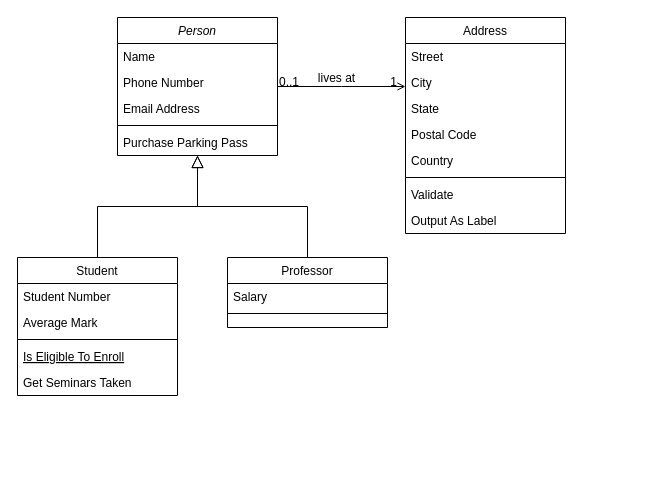
This is classdiagrams.drawio from VinCoD/ERDs, a draw.io file, before an edit. Source tidied: cells renumbered, new cells numbered last; positions are measured from the earlier drawing's top-left corner, leaving out a move shared by most shapes. Both pictures are drawn from the tidied source at 100%, with x=0, y=0 at pixel (17, 17).
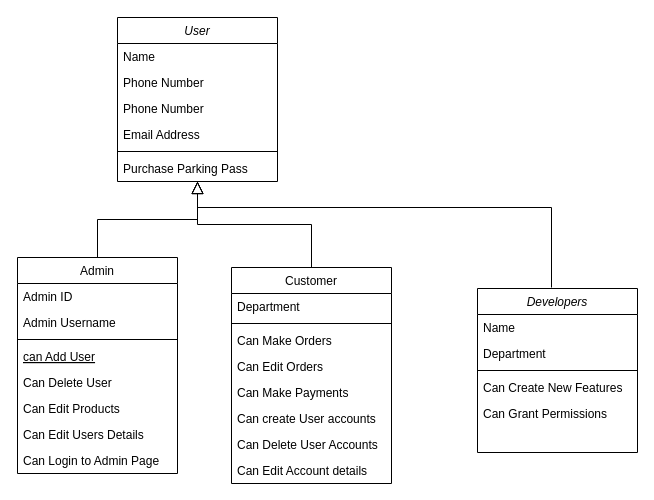
After the change.

What changed in the source:
```diff
@@
-    <mxCell id="2" value="Person" style="swimlane;fontStyle=2;align=center;verticalAlign=top;horizontal=1;startSize=26;rounded=0;shadow=0;strokeWidth=1;" parent="1" vertex="1">
-      <mxGeometry x="100" width="160" height="138" as="geometry" />
+    <mxCell id="2" value="User" style="swimlane;fontStyle=2;align=center;verticalAlign=top;horizontal=1;startSize=26;rounded=0;shadow=0;strokeWidth=1;" parent="1" vertex="1">
+      <mxGeometry x="100" width="160" height="164" as="geometry" />
     </mxCell>
@@
+    <mxCell id="32" value="Phone Number" style="text;align=left;verticalAlign=top;spacingLeft=4;spacingRight=4;overflow=hidden;rounded=0;shadow=0;html=0;" parent="2" vertex="1">
+      <mxGeometry y="78" width="160" height="26" as="geometry" />
+    </mxCell>
     <mxCell id="5" value="Email Address" style="text;align=left;verticalAlign=top;spacingLeft=4;spacingRight=4;overflow=hidden;rounded=0;shadow=0;html=0;" parent="2" vertex="1">
-      <mxGeometry y="78" width="160" height="26" as="geometry" />
+      <mxGeometry y="104" width="160" height="26" as="geometry" />
     </mxCell>
     <mxCell id="6" style="line;html=1;strokeWidth=1;align=left;verticalAlign=middle;spacingTop=-1;spacingLeft=3;spacingRight=3;labelPosition=right;" parent="2" vertex="1">
-      <mxGeometry y="104" width="160" height="8" as="geometry" />
+      <mxGeometry y="130" width="160" height="8" as="geometry" />
     </mxCell>
     <mxCell id="7" value="Purchase Parking Pass" style="text;align=left;verticalAlign=top;spacingLeft=4;spacingRight=4;overflow=hidden;" parent="2" vertex="1">
-      <mxGeometry y="112" width="160" height="26" as="geometry" />
+      <mxGeometry y="138" width="160" height="26" as="geometry" />
     </mxCell>
-    <mxCell id="8" value="Student" style="swimlane;fontStyle=0;align=center;verticalAlign=top;horizontal=1;startSize=26;rounded=0;shadow=0;strokeWidth=1;" parent="1" vertex="1">
-      <mxGeometry y="240" width="160" height="138" as="geometry" />
+    <mxCell id="8" value="Admin" style="swimlane;fontStyle=0;align=center;verticalAlign=top;horizontal=1;startSize=26;rounded=0;shadow=0;strokeWidth=1;" parent="1" vertex="1">
+      <mxGeometry y="240" width="160" height="216" as="geometry" />
     </mxCell>
-    <mxCell id="9" value="Student Number" style="text;align=left;verticalAlign=top;spacingLeft=4;spacingRight=4;overflow=hidden;" parent="8" vertex="1">
+    <mxCell id="9" value="Admin ID" style="text;align=left;verticalAlign=top;spacingLeft=4;spacingRight=4;overflow=hidden;" parent="8" vertex="1">
       <mxGeometry y="26" width="160" height="26" as="geometry" />
     </mxCell>
-    <mxCell id="10" value="Average Mark" style="text;align=left;verticalAlign=top;spacingLeft=4;spacingRight=4;overflow=hidden;rounded=0;shadow=0;html=0;" parent="8" vertex="1">
+    <mxCell id="10" value="Admin Username" style="text;align=left;verticalAlign=top;spacingLeft=4;spacingRight=4;overflow=hidden;rounded=0;shadow=0;html=0;" parent="8" vertex="1">
       <mxGeometry y="52" width="160" height="26" as="geometry" />
     </mxCell>
@@
-    <mxCell id="12" value="Is Eligible To Enroll" style="text;align=left;verticalAlign=top;spacingLeft=4;spacingRight=4;overflow=hidden;fontStyle=4;" parent="8" vertex="1">
+    <mxCell id="12" value="can Add User" style="text;align=left;verticalAlign=top;spacingLeft=4;spacingRight=4;overflow=hidden;fontStyle=4;" parent="8" vertex="1">
       <mxGeometry y="86" width="160" height="26" as="geometry" />
     </mxCell>
-    <mxCell id="13" value="Get Seminars Taken" style="text;align=left;verticalAlign=top;spacingLeft=4;spacingRight=4;overflow=hidden;" parent="8" vertex="1">
+    <mxCell id="13" value="Can Delete User" style="text;align=left;verticalAlign=top;spacingLeft=4;spacingRight=4;overflow=hidden;" parent="8" vertex="1">
       <mxGeometry y="112" width="160" height="26" as="geometry" />
     </mxCell>
+    <mxCell id="33" value="Can Edit Products" style="text;align=left;verticalAlign=top;spacingLeft=4;spacingRight=4;overflow=hidden;" parent="8" vertex="1">
+      <mxGeometry y="138" width="160" height="26" as="geometry" />
+    </mxCell>
+    <mxCell id="34" value="Can Edit Users Details" style="text;align=left;verticalAlign=top;spacingLeft=4;spacingRight=4;overflow=hidden;" parent="8" vertex="1">
+      <mxGeometry y="164" width="160" height="26" as="geometry" />
+    </mxCell>
+    <mxCell id="35" value="Can Login to Admin Page" style="text;align=left;verticalAlign=top;spacingLeft=4;spacingRight=4;overflow=hidden;" parent="8" vertex="1">
+      <mxGeometry y="190" width="160" height="26" as="geometry" />
+    </mxCell>
@@
-    <mxCell id="15" value="Professor" style="swimlane;fontStyle=0;align=center;verticalAlign=top;horizontal=1;startSize=26;rounded=0;shadow=0;strokeWidth=1;" parent="1" vertex="1">
-      <mxGeometry x="210" y="240" width="160" height="70" as="geometry" />
+    <mxCell id="15" value="Customer" style="swimlane;fontStyle=0;align=center;verticalAlign=top;horizontal=1;startSize=26;rounded=0;shadow=0;strokeWidth=1;" parent="1" vertex="1">
+      <mxGeometry x="214" y="250" width="160" height="216" as="geometry" />
     </mxCell>
-    <mxCell id="16" value="Salary" style="text;align=left;verticalAlign=top;spacingLeft=4;spacingRight=4;overflow=hidden;" parent="15" vertex="1">
+    <mxCell id="16" value="Department" style="text;align=left;verticalAlign=top;spacingLeft=4;spacingRight=4;overflow=hidden;" parent="15" vertex="1">
       <mxGeometry y="26" width="160" height="26" as="geometry" />
     </mxCell>
@@
+    <mxCell id="36" value="Can Make Orders" style="text;align=left;verticalAlign=top;spacingLeft=4;spacingRight=4;overflow=hidden;" parent="15" vertex="1">
+      <mxGeometry y="60" width="160" height="26" as="geometry" />
+    </mxCell>
+    <mxCell id="37" value="Can Edit Orders" style="text;align=left;verticalAlign=top;spacingLeft=4;spacingRight=4;overflow=hidden;" parent="15" vertex="1">
+      <mxGeometry y="86" width="160" height="26" as="geometry" />
+    </mxCell>
+    <mxCell id="38" value="Can Make Payments" style="text;align=left;verticalAlign=top;spacingLeft=4;spacingRight=4;overflow=hidden;" parent="15" vertex="1">
+      <mxGeometry y="112" width="160" height="26" as="geometry" />
+    </mxCell>
+    <mxCell id="39" value="Can create User accounts" style="text;align=left;verticalAlign=top;spacingLeft=4;spacingRight=4;overflow=hidden;" parent="15" vertex="1">
+      <mxGeometry y="138" width="160" height="26" as="geometry" />
+    </mxCell>
+    <mxCell id="40" value="Can Delete User Accounts" style="text;align=left;verticalAlign=top;spacingLeft=4;spacingRight=4;overflow=hidden;" parent="15" vertex="1">
+      <mxGeometry y="164" width="160" height="26" as="geometry" />
+    </mxCell>
+    <mxCell id="41" value="Can Edit Account details" style="text;align=left;verticalAlign=top;spacingLeft=4;spacingRight=4;overflow=hidden;" parent="15" vertex="1">
+      <mxGeometry y="190" width="160" height="26" as="geometry" />
+    </mxCell>
@@
-    <mxCell id="19" value="Address" style="swimlane;fontStyle=0;align=center;verticalAlign=top;horizontal=1;startSize=26;rounded=0;shadow=0;strokeWidth=1;" parent="1" vertex="1">
-      <mxGeometry x="388" width="160" height="216" as="geometry" />
-    </mxCell>
-    <mxCell id="20" value="Street" style="text;align=left;verticalAlign=top;spacingLeft=4;spacingRight=4;overflow=hidden;" parent="19" vertex="1">
-      <mxGeometry y="26" width="160" height="26" as="geometry" />
-    </mxCell>
-    <mxCell id="21" value="City" style="text;align=left;verticalAlign=top;spacingLeft=4;spacingRight=4;overflow=hidden;rounded=0;shadow=0;html=0;" parent="19" vertex="1">
-      <mxGeometry y="52" width="160" height="26" as="geometry" />
-    </mxCell>
-    <mxCell id="22" value="State" style="text;align=left;verticalAlign=top;spacingLeft=4;spacingRight=4;overflow=hidden;rounded=0;shadow=0;html=0;" parent="19" vertex="1">
-      <mxGeometry y="78" width="160" height="26" as="geometry" />
-    </mxCell>
-    <mxCell id="23" value="Postal Code" style="text;align=left;verticalAlign=top;spacingLeft=4;spacingRight=4;overflow=hidden;rounded=0;shadow=0;html=0;" parent="19" vertex="1">
-      <mxGeometry y="104" width="160" height="26" as="geometry" />
-    </mxCell>
-    <mxCell id="24" value="Country" style="text;align=left;verticalAlign=top;spacingLeft=4;spacingRight=4;overflow=hidden;rounded=0;shadow=0;html=0;" parent="19" vertex="1">
-      <mxGeometry y="130" width="160" height="26" as="geometry" />
-    </mxCell>
-    <mxCell id="25" style="line;html=1;strokeWidth=1;align=left;verticalAlign=middle;spacingTop=-1;spacingLeft=3;spacingRight=3;labelPosition=right;" parent="19" vertex="1">
-      <mxGeometry y="156" width="160" height="8" as="geometry" />
-    </mxCell>
-    <mxCell id="26" value="Validate" style="text;align=left;verticalAlign=top;spacingLeft=4;spacingRight=4;overflow=hidden;" parent="19" vertex="1">
-      <mxGeometry y="164" width="160" height="26" as="geometry" />
-    </mxCell>
-    <mxCell id="27" value="Output As Label" style="text;align=left;verticalAlign=top;spacingLeft=4;spacingRight=4;overflow=hidden;" parent="19" vertex="1">
-      <mxGeometry y="190" width="160" height="26" as="geometry" />
-    </mxCell>
-    <mxCell id="28" style="endArrow=open;shadow=0;strokeWidth=1;rounded=0;endFill=1;edgeStyle=elbowEdgeStyle;elbow=vertical;" parent="1" edge="1" source="2" target="19">
-      <mxGeometry x="0.5" y="41" relative="1" as="geometry">
-        <mxPoint x="-40" y="32" as="offset" />
-      </mxGeometry>
-    </mxCell>
-    <mxCell id="29" value="0..1" style="align=left;verticalAlign=bottom;labelBackgroundColor=none;fontSize=12;" parent="28" vertex="1">
-      <mxGeometry x="-1" relative="1" as="geometry">
-        <mxPoint y="4" as="offset" />
-      </mxGeometry>
-    </mxCell>
-    <mxCell id="30" value="1" style="align=right;verticalAlign=bottom;labelBackgroundColor=none;fontSize=12;" parent="28" vertex="1">
-      <mxGeometry x="1" relative="1" as="geometry">
-        <mxPoint x="-7" y="4" as="offset" />
-      </mxGeometry>
-    </mxCell>
-    <mxCell id="31" value="lives at" style="text;html=1;align=center;verticalAlign=middle;labelBackgroundColor=none;rounded=0;shadow=0;strokeWidth=1;fontSize=12;" parent="28" vertex="1">
-      <mxGeometry x="0.5" y="49" relative="1" as="geometry">
-        <mxPoint x="-38" y="40" as="offset" />
-      </mxGeometry>
-    </mxCell>
+    <mxCell id="42" value="Developers" style="swimlane;fontStyle=2;align=center;verticalAlign=top;horizontal=1;startSize=26;rounded=0;shadow=0;strokeWidth=1;" parent="1" vertex="1">
+      <mxGeometry x="460" y="271" width="160" height="164" as="geometry" />
+    </mxCell>
+    <mxCell id="43" value="Name" style="text;align=left;verticalAlign=top;spacingLeft=4;spacingRight=4;overflow=hidden;" parent="42" vertex="1">
+      <mxGeometry y="26" width="160" height="26" as="geometry" />
+    </mxCell>
+    <mxCell id="44" value="Department" style="text;align=left;verticalAlign=top;spacingLeft=4;spacingRight=4;overflow=hidden;rounded=0;shadow=0;html=0;" parent="42" vertex="1">
+      <mxGeometry y="52" width="160" height="26" as="geometry" />
+    </mxCell>
+    <mxCell id="45" style="line;html=1;strokeWidth=1;align=left;verticalAlign=middle;spacingTop=-1;spacingLeft=3;spacingRight=3;labelPosition=right;" parent="42" vertex="1">
+      <mxGeometry y="78" width="160" height="8" as="geometry" />
+    </mxCell>
+    <mxCell id="46" value="Can Create New Features" style="text;align=left;verticalAlign=top;spacingLeft=4;spacingRight=4;overflow=hidden;" parent="42" vertex="1">
+      <mxGeometry y="86" width="160" height="26" as="geometry" />
+    </mxCell>
+    <mxCell id="47" value="Can Grant Permissions" style="text;align=left;verticalAlign=top;spacingLeft=4;spacingRight=4;overflow=hidden;" parent="42" vertex="1">
+      <mxGeometry y="112" width="160" height="26" as="geometry" />
+    </mxCell>
+    <mxCell id="48" style="endArrow=block;endSize=10;endFill=0;shadow=0;strokeWidth=1;rounded=0;edgeStyle=elbowEdgeStyle;elbow=vertical;" parent="1" edge="1">
+      <mxGeometry relative="1" as="geometry">
+        <mxPoint x="534" y="270" as="sourcePoint" />
+        <mxPoint x="180" y="164" as="targetPoint" />
+        <Array as="points">
+          <mxPoint x="370" y="190" />
+        </Array>
+      </mxGeometry>
+    </mxCell>
```
